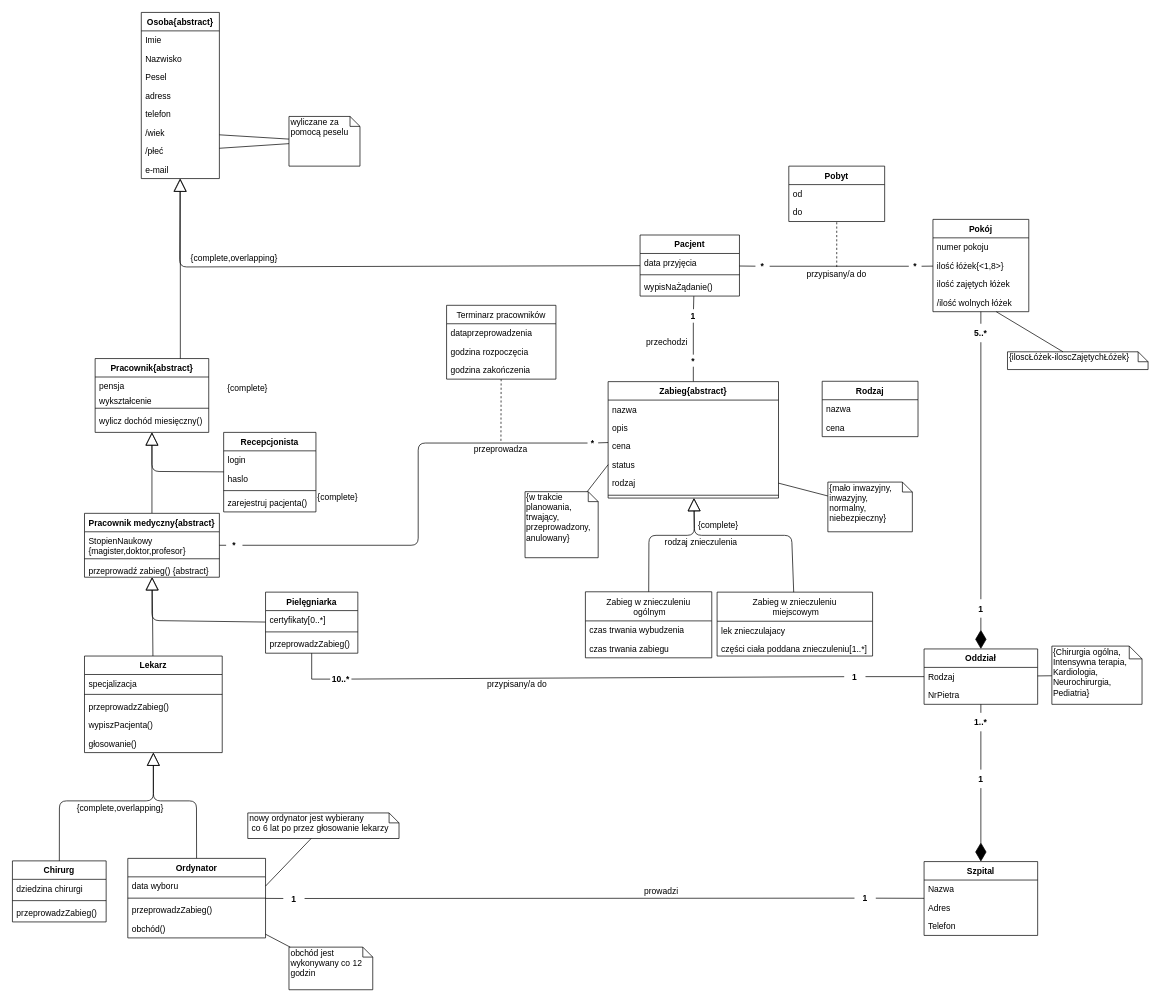
Before: page "class" (1 of 2) of Szpital.drawio in AleksanderStaruch/HospitalUML, a draw.io diagram. Source tidied: cells renumbered, new cells numbered last; positions are measured from the earlier drawing's top-left corner, leaving out a move shared by most shapes. Both pictures are drawn from the tidied source at 71%, with x=0, y=0 at pixel (12, 12).
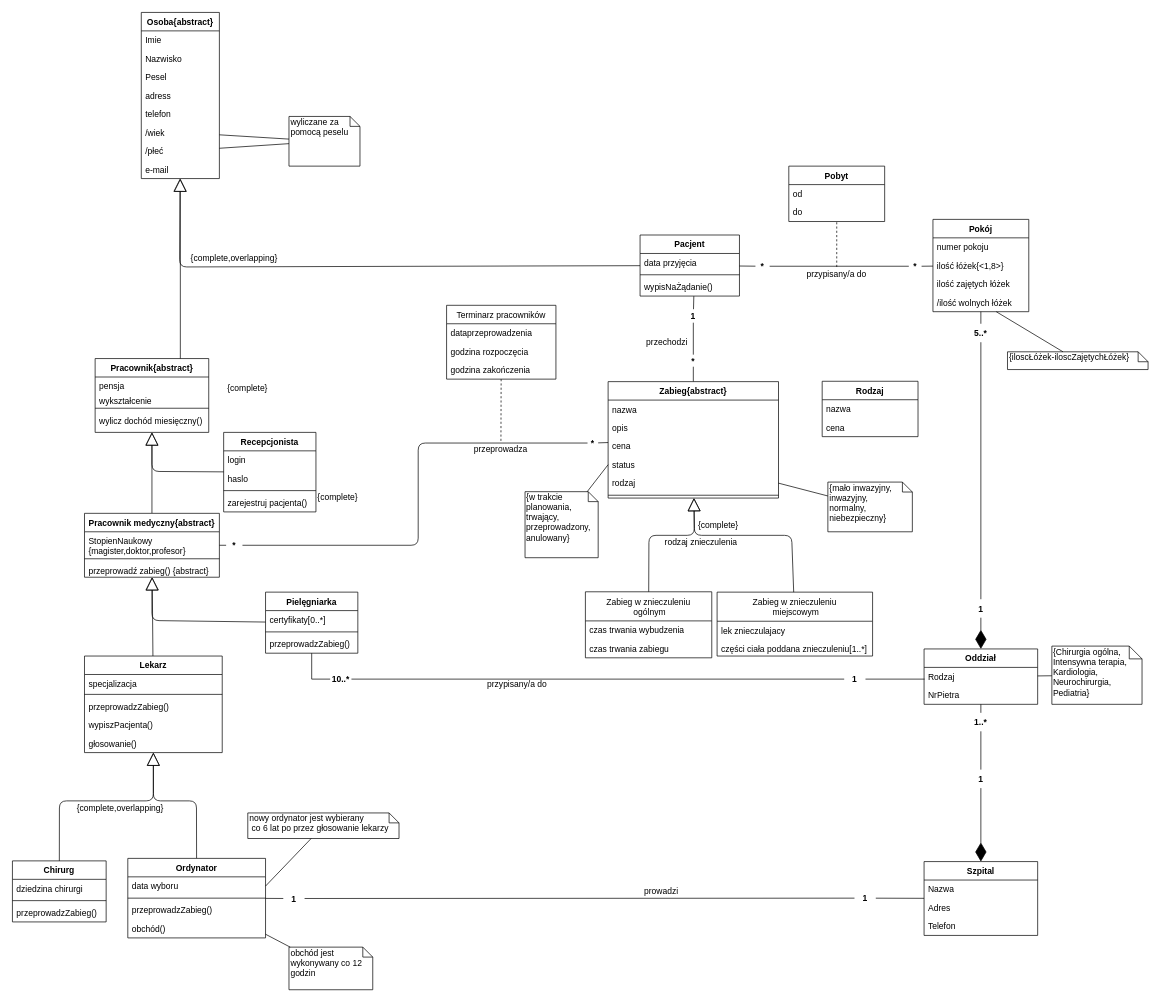
The same page after the edit.

Unchanged cells that the change refers to:
```xml
<mxCell id="138" value="Rodzaj" style="text;strokeColor=none;fillColor=none;align=left;verticalAlign=top;spacingLeft=4;spacingRight=4;overflow=hidden;points=[[0,0.5],[1,0.5]];portConstraint=eastwest;" parent="137" vertex="1">
  <mxGeometry y="26" width="160" height="26" as="geometry" />
</mxCell>
```

What changed in the source:
```diff
@@
-    <mxCell id="31" style="endArrow=none;html=1;" parent="1" edge="1" source="34" target="138">
+    <mxCell id="31" style="endArrow=none;html=1;entryX=0.005;entryY=0.635;entryDx=0;entryDy=0;entryPerimeter=0;" parent="1" edge="1" source="34" target="138">
       <mxGeometry relative="1" as="geometry" />
     </mxCell>
@@
     <mxCell id="34" value="1" style="text;align=center;fontStyle=1;verticalAlign=middle;spacingLeft=3;spacingRight=3;strokeColor=none;points=[[0,0.5],[1,0.5]];portConstraint=eastwest;" parent="1" vertex="1">
-      <mxGeometry x="1171.5" y="922.5" width="30" height="26" as="geometry" />
+      <mxGeometry x="1171.5" y="926" width="30" height="26" as="geometry" />
     </mxCell>
```
